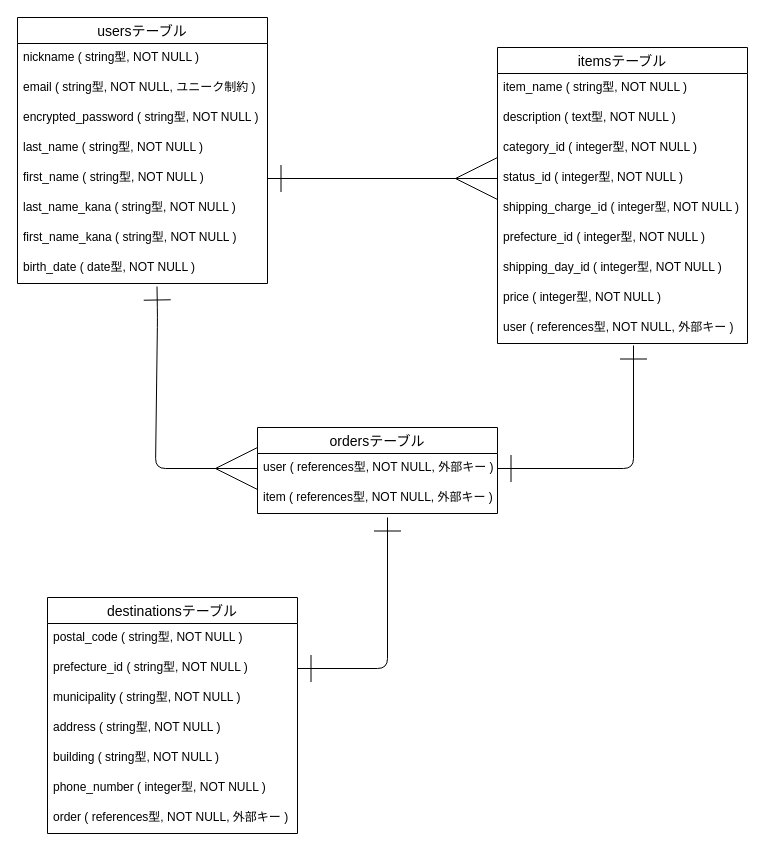
This is ER.dio from shero37/furima-38746, a draw.io file, before an edit. Source tidied: cells renumbered, new cells numbered last; positions are measured from the earlier drawing's top-left corner, leaving out a move shared by most shapes. Both pictures are drawn from the tidied source at 100%, with x=0, y=0 at pixel (17, 17).
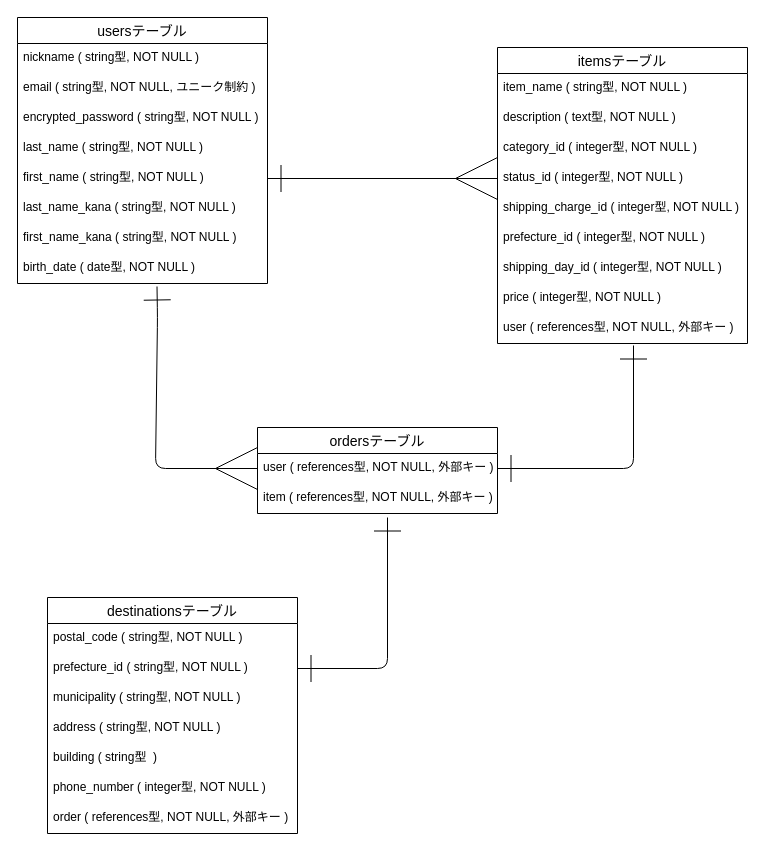
The same page after the edit.

Commit message (it also covers changes not shown here):
建物名のNOTNULL制約を外す

Unchanged cells that the change refers to:
```xml
<mxCell id="22" value="destinationsテーブル" style="swimlane;fontStyle=0;horizontal=1;startSize=26;align=center;fontSize=14;" parent="1" vertex="1">
  <mxGeometry x="30" y="580" width="250" height="236" as="geometry" />
</mxCell>
```

Diff of the diagram source:
```diff
@@
-    <mxCell id="27" value="building ( string型, NOT NULL )" style="text;strokeColor=none;fillColor=none;spacingLeft=4;spacingRight=4;overflow=hidden;fontSize=12;" parent="22" vertex="1">
+    <mxCell id="27" value="building ( string型  )" style="text;strokeColor=none;fillColor=none;spacingLeft=4;spacingRight=4;overflow=hidden;fontSize=12;" parent="22" vertex="1">
       <mxGeometry y="146" width="250" height="30" as="geometry" />
     </mxCell>
```
